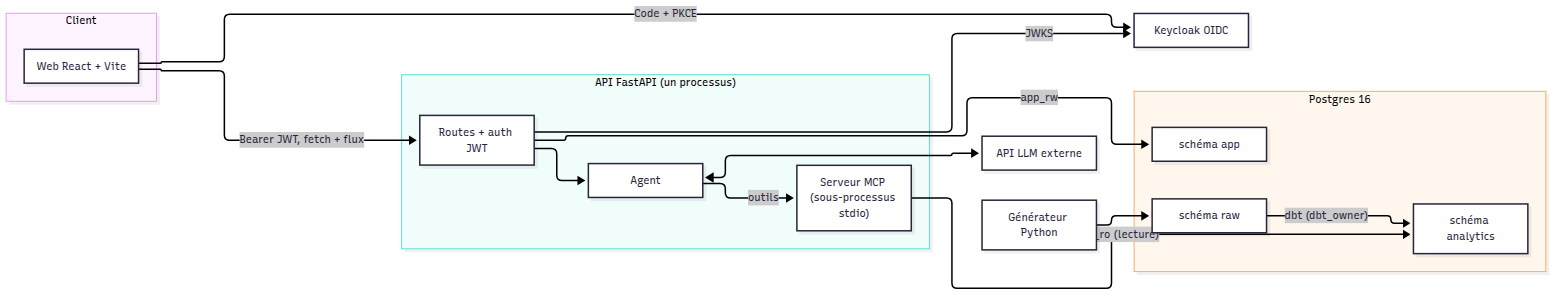
Before: docs/diagrams/png/01-architecture.png, a diagram exported from Mermaid (justefrank/decision-agent-IA). Its source is kept beside it as docs/diagrams/01-architecture.mmd.
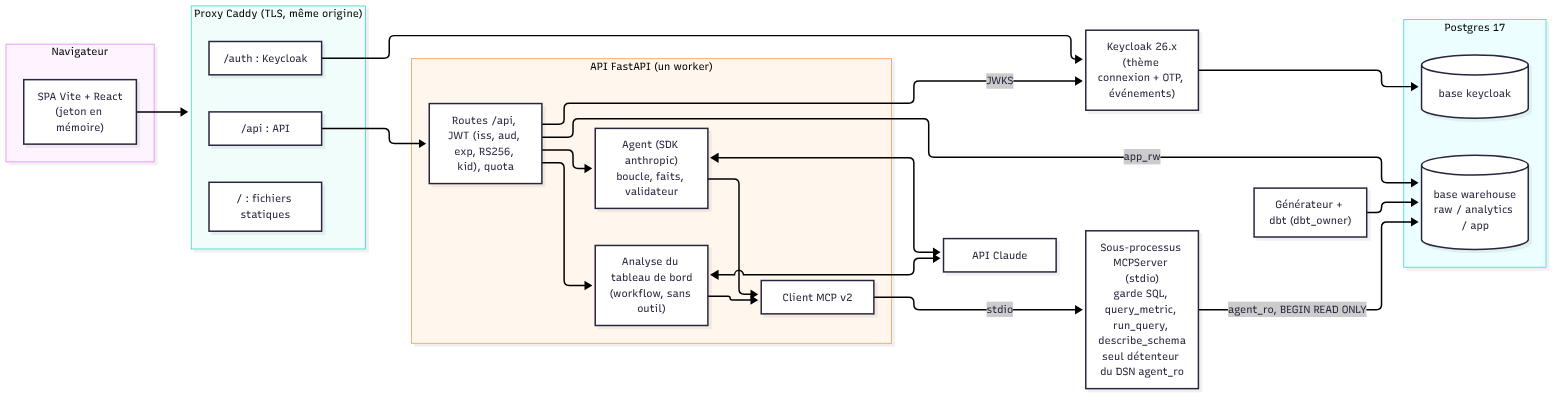
The same file after the commit.

The edit, as a diff of the source:
```diff
@@ -1,25 +1,38 @@
 flowchart LR
-  subgraph Client
-    UI["Web React + Vite"]
+  subgraph Navigateur
+    SPA["SPA Vite + React<br/>(jeton en mémoire)"]
   end
-  KC["Keycloak OIDC"]
-  subgraph API["API FastAPI (un processus)"]
-    R["Routes + auth JWT"]
-    AG["Agent"]
-    MCP["Serveur MCP (sous-processus stdio)"]
+  subgraph Edge["Proxy Caddy (TLS, même origine)"]
+    P1["/ : fichiers statiques"]
+    P2["/api : API"]
+    P3["/auth : Keycloak"]
   end
-  subgraph PG["Postgres 16"]
-    RAW["schéma raw"]
-    ANA["schéma analytics"]
-    APP["schéma app"]
+  KC["Keycloak 26.x<br/>(thème connexion + OTP, événements)"]
+  subgraph API["API FastAPI (un worker)"]
+    R["Routes /api, JWT (iss, aud, exp, RS256, kid), quota"]
+    AG["Agent (SDK anthropic)<br/>boucle, faits, validateur"]
+    AN["Analyse du tableau de bord<br/>(workflow, sans outil)"]
+    MC["Client MCP v2"]
   end
-  GEN["Générateur Python"] --> RAW
-  RAW -- "dbt (dbt_owner)" --> ANA
-  UI -- "Code + PKCE" --> KC
-  UI -- "Bearer JWT, fetch + flux" --> R
+  MCP["Sous-processus MCPServer (stdio)<br/>garde SQL, query_metric, run_query, describe_schema<br/>seul détenteur du DSN agent_ro"]
+  subgraph PG["Postgres 17"]
+    W[("base warehouse<br/>raw / analytics / app")]
+    K[("base keycloak")]
+  end
+  LLM["API Claude"]
+  GEN["Générateur + dbt (dbt_owner)"]
+  SPA --> Edge
+  P3 --> KC
+  P2 --> R
+  R --> AG
+  R --> AN
+  AG <--> LLM
+  AN <--> LLM
+  AG --> MC
+  AN --> MC
+  MC -- stdio --> MCP
+  MCP -- "agent_ro, BEGIN READ ONLY" --> W
+  R -- "app_rw" --> W
   R -- JWKS --> KC
-  R --> AG
-  AG -- outils --> MCP
-  MCP -- "agent_ro (lecture)" --> ANA
-  R -- "app_rw" --> APP
-  AG <--> LLM["API LLM externe"]
+  KC --> K
+  GEN --> W
```
